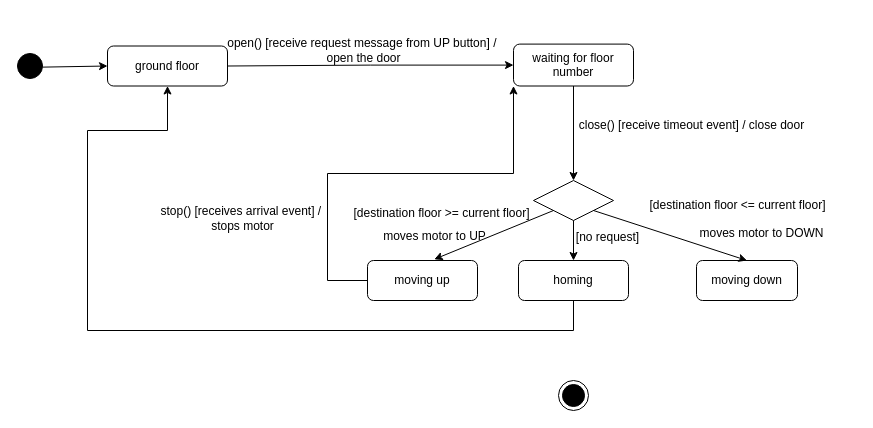
The draw.io diagram tuto9wia2002.drawio in justn0thinghere/drawio, before the edit. Source tidied: cells renumbered, new cells numbered last; positions are measured from the earlier drawing's top-left corner, leaving out a move shared by most shapes. Both pictures are drawn from the tidied source at 100%, with x=0, y=0 at pixel (17, 30).
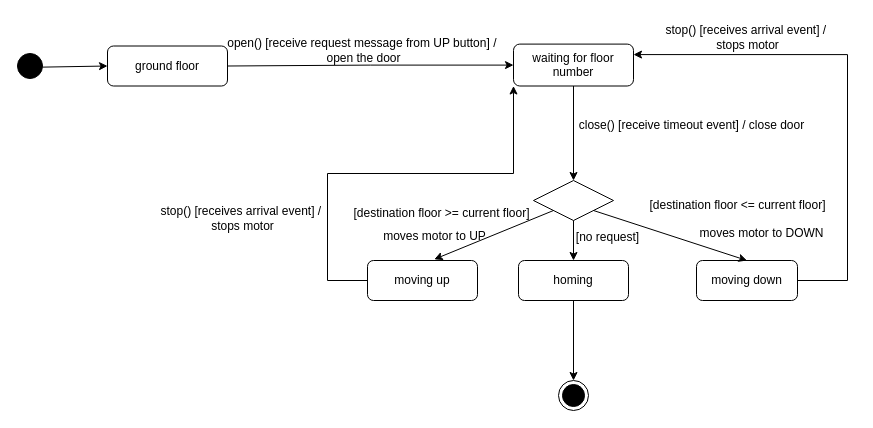
Above is the later version.

Unchanged cells that the change refers to:
```xml
<mxCell id="2" style="ellipse;html=1;shape=endState;fillColor=strokeColor;" parent="1" vertex="1">
  <mxGeometry x="541" y="350" width="30" height="30" as="geometry" />
</mxCell>
<mxCell id="6" value="waiting for floor number" style="html=1;whiteSpace=wrap;rounded=1;horizontal=1;verticalAlign=top;" parent="1" vertex="1">
  <mxGeometry x="496" y="13.6" width="120" height="41.9" as="geometry" />
</mxCell>
<mxCell id="8" value="ground floor" style="html=1;whiteSpace=wrap;rounded=1;horizontal=1;verticalAlign=middle;" parent="1" vertex="1">
  <mxGeometry x="90" y="15.5" width="120" height="40" as="geometry" />
</mxCell>
<mxCell id="18" value="homing" style="rounded=1;whiteSpace=wrap;html=1;" parent="1" vertex="1">
  <mxGeometry x="501" y="230" width="110" height="40" as="geometry" />
</mxCell>
<mxCell id="22" value="moving down" style="rounded=1;whiteSpace=wrap;html=1;" parent="1" vertex="1">
  <mxGeometry x="679" y="230" width="101" height="40" as="geometry" />
</mxCell>
```

Change to the diagram source:
```diff
@@
-    <mxCell id="21" style="endArrow=classic;html=1;rounded=0;exitX=0.5;exitY=1;exitDx=0;exitDy=0;entryX=0.5;entryY=1;entryDx=0;entryDy=0;edgeStyle=orthogonalEdgeStyle;" parent="1" edge="1" source="18" target="8">
-      <mxGeometry relative="1" as="geometry">
-        <Array as="points">
-          <mxPoint x="556" y="300" />
-          <mxPoint x="70" y="300" />
-          <mxPoint x="70" y="100" />
-          <mxPoint x="150" y="100" />
-        </Array>
-      </mxGeometry>
+    <mxCell id="21" style="endArrow=classic;html=1;rounded=0;exitX=0.5;exitY=1;exitDx=0;exitDy=0;entryX=0.5;entryY=0;entryDx=0;entryDy=0;" parent="1" edge="1" source="18" target="2">
+      <mxGeometry relative="1" as="geometry" />
     </mxCell>
@@
+    <mxCell id="26" style="endArrow=classic;html=1;rounded=0;exitX=1;exitY=0.5;exitDx=0;exitDy=0;entryX=1;entryY=0.25;entryDx=0;entryDy=0;edgeStyle=orthogonalEdgeStyle;" parent="1" edge="1" source="22" target="6">
+      <mxGeometry relative="1" as="geometry">
+        <Array as="points">
+          <mxPoint x="830" y="250" />
+          <mxPoint x="830" y="24" />
+        </Array>
+      </mxGeometry>
+    </mxCell>
+    <mxCell id="27" value="stop() [receives arrival event] /&amp;nbsp;&lt;div&gt;stops motor&lt;/div&gt;" style="text;html=1;align=center;verticalAlign=middle;strokeColor=none;fillColor=none;" parent="1" vertex="1">
+      <mxGeometry x="634.5" y="-13.5" width="190" height="40" as="geometry" />
+    </mxCell>
```
